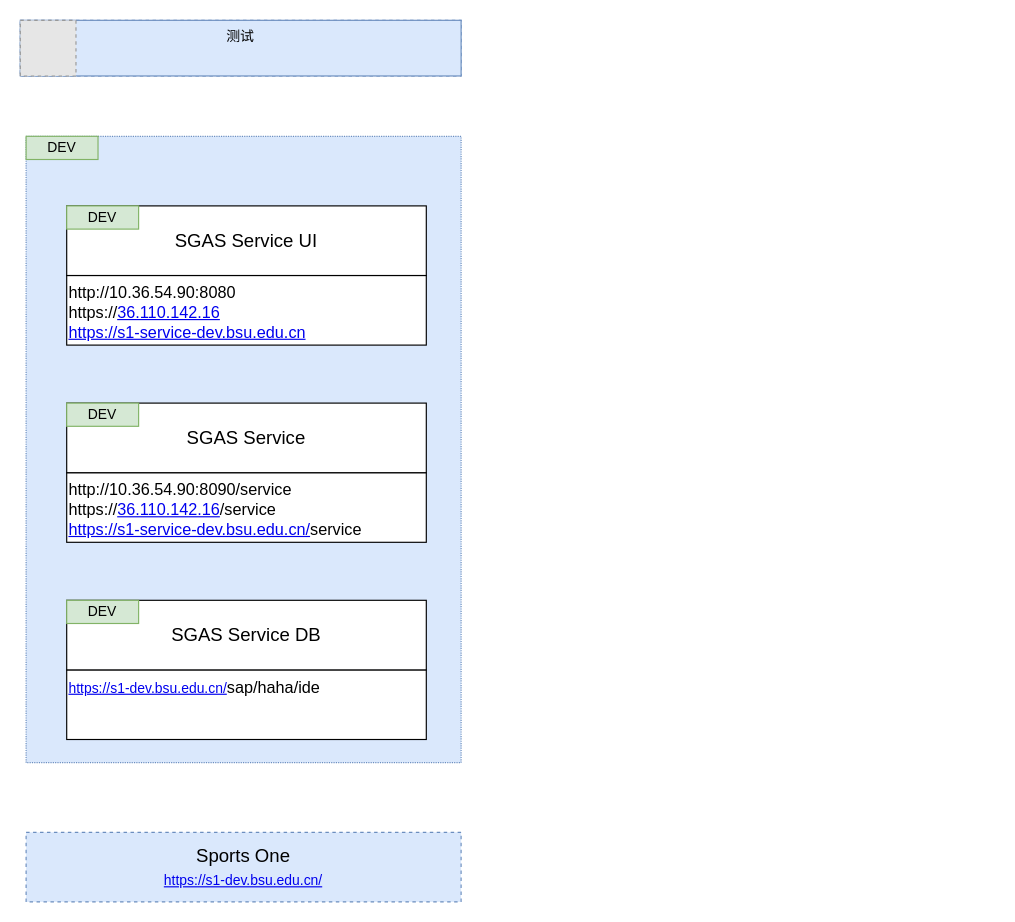
wosary1984/draw.io keeps this draw.io diagram as page "Infra" (8 of 8) of SportsOne/Wechat Integration.drawio. Above is the earlier version. Source tidied: cells renumbered, new cells numbered last; positions are measured from the earlier drawing's top-left corner, leaving out a move shared by most shapes. Both pictures are drawn from the tidied source at 116%, with x=0, y=0 at pixel (20, 20). Pictures stored in the file or linked from it are replaced by grey dashed boxes.
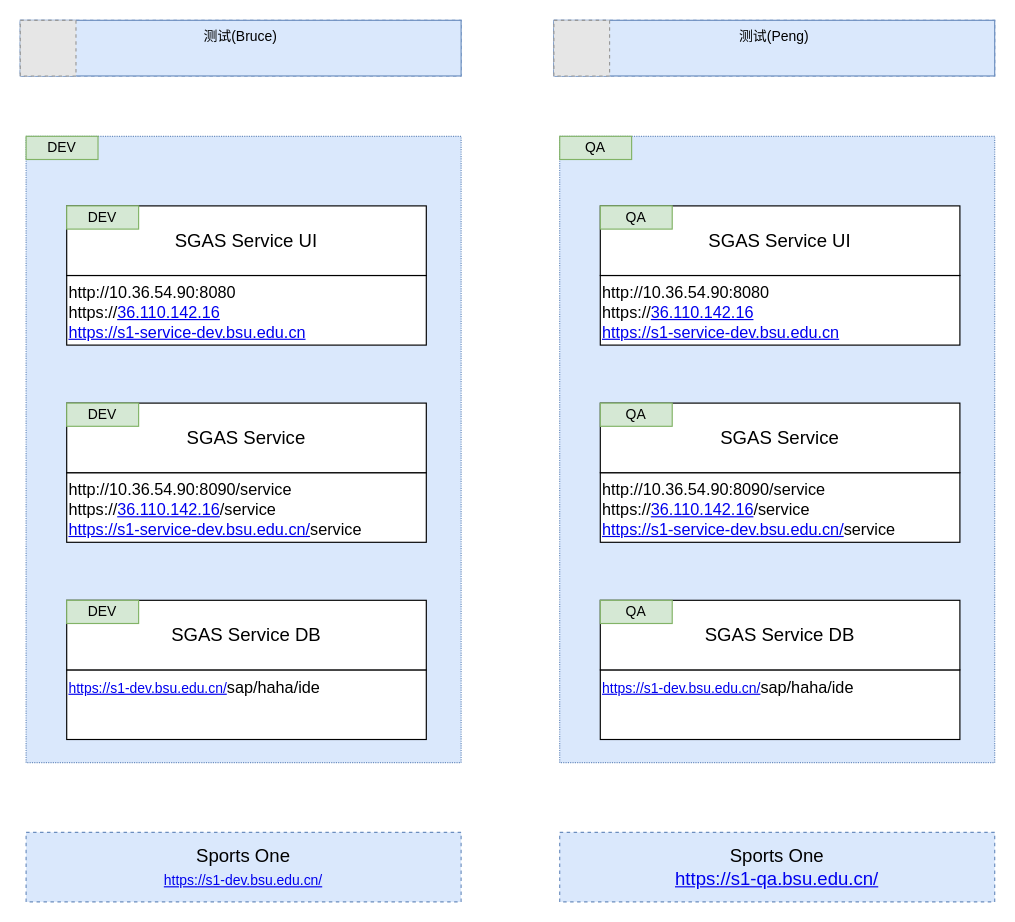
After the change.

Unchanged cells that the change refers to:
```xml
<mxCell id="19" style="group;" parent="1" vertex="1">
  <mxGeometry width="380" height="48" as="geometry" />
</mxCell>
```

What changed in the source:
```diff
@@
-    <mxCell id="20" value="测试" style="group;fillColor=#dae8fc;strokeColor=#6c8ebf;" parent="19" vertex="1">
+    <mxCell id="20" value="测试(Bruce)" style="group;fillColor=#dae8fc;strokeColor=#6c8ebf;" parent="19" vertex="1">
       <mxGeometry width="380" height="48" as="geometry" />
     </mxCell>
@@
+    <mxCell id="23" style="rounded=0;whiteSpace=wrap;html=1;dashed=1;strokeWidth=1;fontSize=16;align=left;fillColor=#dae8fc;strokeColor=#6c8ebf;" parent="1" vertex="1">
+      <mxGeometry x="460" width="380" height="48" as="geometry" />
+    </mxCell>
+    <mxCell id="24" style="rounded=0;whiteSpace=wrap;html=1;strokeWidth=1;fontSize=16;align=left;dashed=1;dashPattern=1 1;fillColor=#dae8fc;strokeColor=#6c8ebf;" parent="1" vertex="1">
+      <mxGeometry x="465" y="100" width="375" height="540" as="geometry" />
+    </mxCell>
+    <mxCell id="25" value="&lt;span style=&quot;font-size: 10.5pt&quot;&gt;http://10.36.54.90:8080&lt;br&gt;&lt;/span&gt;&lt;span style=&quot;font-size: 10.5pt&quot;&gt;https://&lt;/span&gt;&lt;a href=&quot;https://36.110.142.16&quot; style=&quot;font-size: 10.5pt&quot;&gt;36.110.142.16&lt;/a&gt;&lt;span style=&quot;font-size: 10.5pt&quot;&gt;&amp;nbsp;&lt;/span&gt;&lt;span style=&quot;font-size: 10.5pt&quot;&gt;&lt;br&gt;&lt;/span&gt;&lt;p style=&quot;margin: 0in ; font-size: 10.5pt&quot; lang=&quot;en-US&quot;&gt;&lt;a href=&quot;https://s1-service-dev.bsu.edu.cn/&quot;&gt;https://s1-service-dev.bsu.edu.cn&lt;/a&gt;&lt;span style=&quot;font-family: &amp;#34;calibri&amp;#34;&quot;&gt;&lt;br&gt;&lt;/span&gt;&lt;/p&gt;" style="rounded=0;whiteSpace=wrap;html=1;strokeWidth=1;verticalAlign=top;align=left;horizontal=1;" parent="1" vertex="1">
+      <mxGeometry x="500" y="220" width="310" height="60" as="geometry" />
+    </mxCell>
+    <mxCell id="26" style="group;fontSize=17;" parent="1" vertex="1">
+      <mxGeometry x="500" y="160" width="310" height="60" as="geometry" />
+    </mxCell>
+    <mxCell id="27" value="SGAS Service UI" style="rounded=0;whiteSpace=wrap;html=1;strokeWidth=1;fontSize=16;" parent="26" vertex="1">
+      <mxGeometry width="310" height="60" as="geometry" />
+    </mxCell>
+    <mxCell id="28" value="QA" style="text;html=1;strokeColor=#82b366;fillColor=#d5e8d4;align=center;verticalAlign=middle;whiteSpace=wrap;rounded=0;" parent="26" vertex="1">
+      <mxGeometry width="62" height="20" as="geometry" />
+    </mxCell>
+    <mxCell id="29" style="group;" parent="1" vertex="1">
+      <mxGeometry x="500" y="330" width="310" height="120" as="geometry" />
+    </mxCell>
+    <mxCell id="30" value="&lt;span style=&quot;font-size: 10.5pt&quot;&gt;http://10.36.54.90:8090/service&lt;br&gt;&lt;/span&gt;&lt;p style=&quot;margin: 0in ; font-size: 10.5pt&quot; lang=&quot;en-US&quot;&gt;https://&lt;a href=&quot;https://36.110.142.16&quot;&gt;36.110.142.16&lt;/a&gt;/service&lt;/p&gt;&lt;p style=&quot;margin: 0in ; font-size: 10.5pt&quot; lang=&quot;en-US&quot;&gt;&lt;a href=&quot;https://s1-service-dev.bsu.edu.cn/&quot;&gt;https://s1-service-dev.bsu.edu.cn/&lt;/a&gt;service&lt;span style=&quot;font-family: &amp;#34;calibri&amp;#34;&quot;&gt;&lt;br&gt;&lt;/span&gt;&lt;/p&gt;" style="rounded=0;whiteSpace=wrap;html=1;strokeWidth=1;verticalAlign=top;align=left;horizontal=1;" parent="29" vertex="1">
+      <mxGeometry y="60" width="310" height="60" as="geometry" />
+    </mxCell>
+    <mxCell id="31" style="group;fontSize=17;" parent="29" vertex="1">
+      <mxGeometry width="310" height="60" as="geometry" />
+    </mxCell>
+    <mxCell id="32" value="SGAS Service" style="rounded=0;whiteSpace=wrap;html=1;strokeWidth=1;fontSize=16;" parent="31" vertex="1">
+      <mxGeometry width="310" height="60" as="geometry" />
+    </mxCell>
+    <mxCell id="33" value="QA" style="text;html=1;strokeColor=#82b366;fillColor=#d5e8d4;align=center;verticalAlign=middle;whiteSpace=wrap;rounded=0;" parent="31" vertex="1">
+      <mxGeometry width="62" height="20" as="geometry" />
+    </mxCell>
+    <mxCell id="34" style="group;" parent="1" vertex="1">
+      <mxGeometry x="500" y="500" width="310" height="120" as="geometry" />
+    </mxCell>
+    <mxCell id="35" value="&lt;a href=&quot;https://s1-dev.bsu.edu.cn/&quot;&gt;https://s1-dev.bsu.edu.cn/&lt;/a&gt;&lt;span style=&quot;font-size: 10.5pt ; color: rgb(0 , 0 , 0)&quot;&gt;sap/haha/ide&lt;/span&gt;" style="rounded=0;whiteSpace=wrap;html=1;strokeWidth=1;verticalAlign=top;align=left;horizontal=1;" parent="34" vertex="1">
+      <mxGeometry y="60" width="310" height="60" as="geometry" />
+    </mxCell>
+    <mxCell id="36" style="group;fontSize=17;" parent="34" vertex="1">
+      <mxGeometry width="310" height="60" as="geometry" />
+    </mxCell>
+    <mxCell id="37" value="SGAS Service DB" style="rounded=0;whiteSpace=wrap;html=1;strokeWidth=1;fontSize=16;" parent="36" vertex="1">
+      <mxGeometry width="310" height="60" as="geometry" />
+    </mxCell>
+    <mxCell id="38" value="QA" style="text;html=1;strokeColor=#82b366;fillColor=#d5e8d4;align=center;verticalAlign=middle;whiteSpace=wrap;rounded=0;" parent="36" vertex="1">
+      <mxGeometry width="62" height="20" as="geometry" />
+    </mxCell>
+    <mxCell id="39" value="QA" style="text;html=1;strokeColor=#82b366;fillColor=#d5e8d4;align=center;verticalAlign=middle;whiteSpace=wrap;rounded=0;" parent="1" vertex="1">
+      <mxGeometry x="465" y="100" width="62" height="20" as="geometry" />
+    </mxCell>
+    <mxCell id="40" style="group;" parent="1" vertex="1">
+      <mxGeometry x="460" width="380" height="48" as="geometry" />
+    </mxCell>
+    <mxCell id="41" value="测试(Peng)" style="group;fillColor=#dae8fc;strokeColor=#6c8ebf;" parent="40" vertex="1">
+      <mxGeometry width="380" height="48" as="geometry" />
+    </mxCell>
+    <mxCell id="42" style="fillColor=#E6E6E6;strokeColor=#999999;dashed=1;html=1;verticalAlign=top;verticalLabelPosition=bottom;labelBackgroundColor=#ffffff;" parent="40" vertex="1">
+      <mxGeometry width="48" height="48" as="geometry" />
+    </mxCell>
+    <mxCell id="43" value="Sports One&lt;br&gt;&lt;a href=&quot;https://s1-qa.bsu.edu.cn/&quot;&gt;https://s1-qa.bsu.edu.cn/&lt;/a&gt;" style="rounded=0;whiteSpace=wrap;html=1;dashed=1;strokeWidth=1;fontSize=16;align=center;fillColor=#dae8fc;strokeColor=#6c8ebf;" parent="1" vertex="1">
+      <mxGeometry x="465" y="700" width="375" height="60" as="geometry" />
+    </mxCell>
```
